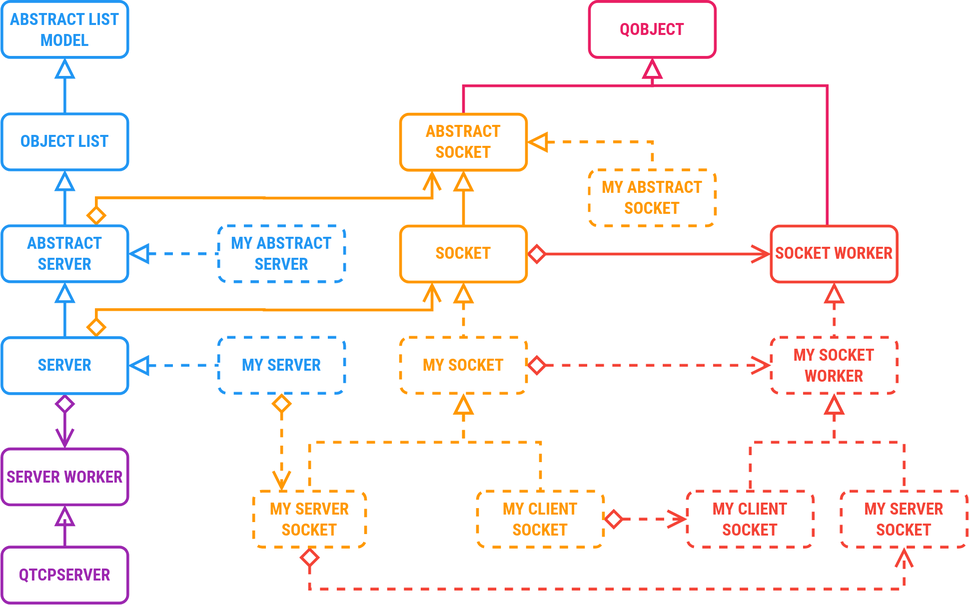
Above: docs/ClassDiagram.svg in OlivierLDff/NetTcp (draw.io), before the change. Source tidied: cells renumbered, new cells last; positions are measured from the earlier drawing's top-left corner, leaving out a move shared by most shapes.
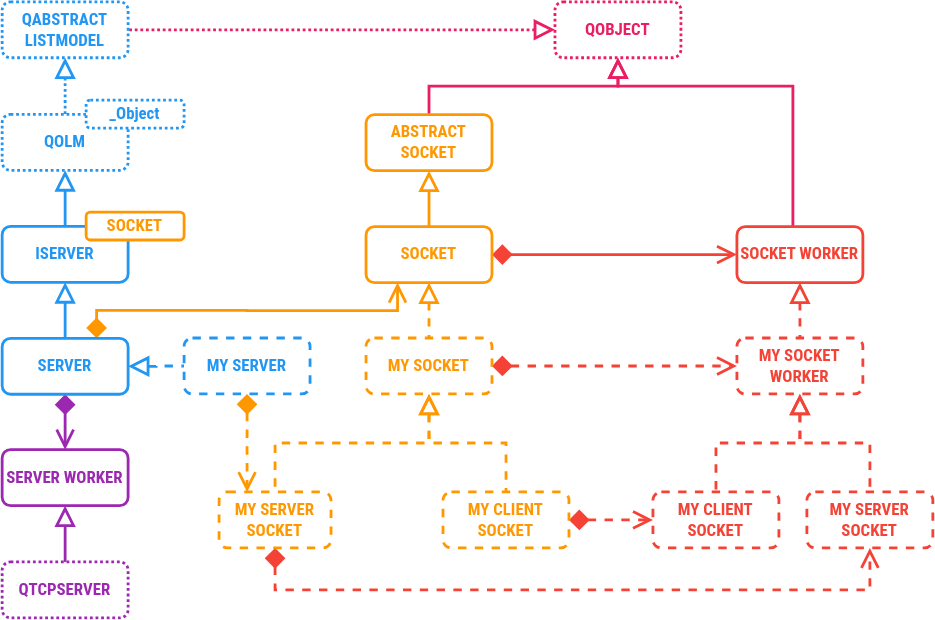
The same diagram one commit later.

Change to the diagram source:
```diff
@@ -5,26 +5,20 @@
     <mxCell id="2" style="edgeStyle=orthogonalEdgeStyle;rounded=0;jettySize=auto;html=1;exitX=0.5;exitY=1;exitDx=0;exitDy=0;startArrow=block;startFill=0;startSize=10;endArrow=none;endFill=0;endSize=10;strokeColor=#2196F3;strokeWidth=2;fontFamily=Roboto Condensed;fontColor=#2196F3;" parent="1" edge="1" source="5" target="9">
       <mxGeometry relative="1" as="geometry" />
     </mxCell>
-    <mxCell id="3" style="edgeStyle=orthogonalEdgeStyle;rounded=0;jettySize=auto;html=1;exitX=1;exitY=0.5;exitDx=0;exitDy=0;dashed=1;startArrow=block;startFill=0;startSize=10;endArrow=none;endFill=0;endSize=10;strokeColor=#2196F3;strokeWidth=2;fontFamily=Roboto Condensed;fontColor=#4CAF50;" parent="1" edge="1" source="5" target="19">
-      <mxGeometry relative="1" as="geometry" />
-    </mxCell>
-    <mxCell id="4" style="edgeStyle=orthogonalEdgeStyle;rounded=0;jettySize=auto;html=1;exitX=0.75;exitY=0;exitDx=0;exitDy=0;entryX=0.25;entryY=1;entryDx=0;entryDy=0;startArrow=diamond;startFill=0;startSize=10;endArrow=open;endFill=0;endSize=10;strokeColor=#FF9800;strokeWidth=2;fontColor=#FF9800;" parent="1" edge="1" source="5" target="27">
-      <mxGeometry relative="1" as="geometry" />
-    </mxCell>
-    <mxCell id="5" value="ABSTRACT SERVER" style="rounded=1;whiteSpace=wrap;html=1;strokeWidth=2;fontStyle=1;fontFamily=Roboto Condensed;FType=g;fontColor=#2196F3;strokeColor=#2196F3;fillColor=#ffffff;" parent="1" vertex="1">
-      <mxGeometry y="160.2" width="90" height="40" as="geometry" />
+    <mxCell id="5" value="ISERVER" style="rounded=1;whiteSpace=wrap;html=1;strokeWidth=2;fontStyle=1;fontFamily=Roboto Condensed;FType=g;fontColor=#2196F3;strokeColor=#2196F3;fillColor=#ffffff;" parent="1" vertex="1">
+      <mxGeometry x="25" y="160.2" width="90" height="40" as="geometry" />
     </mxCell>
-    <mxCell id="6" style="edgeStyle=orthogonalEdgeStyle;rounded=0;jettySize=auto;html=1;exitX=0.5;exitY=1;exitDx=0;exitDy=0;startArrow=diamond;startFill=0;startSize=10;endArrow=open;endFill=0;endSize=10;strokeColor=#9C27B0;strokeWidth=2;fontColor=#FF9800;" parent="1" edge="1" source="9" target="32">
+    <mxCell id="6" style="edgeStyle=orthogonalEdgeStyle;rounded=0;jettySize=auto;html=1;exitX=0.5;exitY=1;exitDx=0;exitDy=0;startArrow=diamond;startFill=1;startSize=10;endArrow=open;endFill=0;endSize=10;strokeColor=#9C27B0;strokeWidth=2;fontColor=#FF9800;" parent="1" edge="1" source="9" target="32">
       <mxGeometry relative="1" as="geometry" />
     </mxCell>
     <mxCell id="7" style="edgeStyle=orthogonalEdgeStyle;rounded=0;jettySize=auto;html=1;exitX=1;exitY=0.5;exitDx=0;exitDy=0;dashed=1;startArrow=block;startFill=0;startSize=10;endArrow=none;endFill=0;endSize=10;strokeColor=#2196F3;strokeWidth=2;fontFamily=Roboto Condensed;fontColor=#4CAF50;" parent="1" edge="1" source="9" target="18">
       <mxGeometry relative="1" as="geometry" />
     </mxCell>
-    <mxCell id="8" style="edgeStyle=orthogonalEdgeStyle;rounded=0;jettySize=auto;html=1;exitX=0.75;exitY=0;exitDx=0;exitDy=0;entryX=0.25;entryY=1;entryDx=0;entryDy=0;startArrow=diamond;startFill=0;startSize=10;endArrow=open;endFill=0;endSize=10;strokeColor=#FF9800;strokeWidth=2;fontColor=#FF9800;" parent="1" edge="1" source="9" target="29">
+    <mxCell id="8" style="edgeStyle=orthogonalEdgeStyle;rounded=0;jettySize=auto;html=1;exitX=0.75;exitY=0;exitDx=0;exitDy=0;entryX=0.25;entryY=1;entryDx=0;entryDy=0;startArrow=diamond;startFill=1;startSize=10;endArrow=open;endFill=0;endSize=10;strokeColor=#FF9800;strokeWidth=2;fontColor=#FF9800;" parent="1" edge="1" source="9" target="29">
       <mxGeometry relative="1" as="geometry" />
     </mxCell>
     <mxCell id="9" value="SERVER" style="rounded=1;whiteSpace=wrap;html=1;strokeWidth=2;fontStyle=1;fontFamily=Roboto Condensed;FType=g;fontColor=#2196F3;strokeColor=#2196F3;fillColor=#ffffff;" parent="1" vertex="1">
-      <mxGeometry y="240.2" width="90" height="40" as="geometry" />
+      <mxGeometry x="25" y="240.2" width="90" height="40" as="geometry" />
     </mxCell>
     <mxCell id="10" style="edgeStyle=orthogonalEdgeStyle;rounded=0;jettySize=auto;html=1;startArrow=block;startFill=0;startSize=10;endArrow=none;endFill=0;endSize=10;strokeColor=#FF9800;strokeWidth=2;fontFamily=Roboto Condensed;fontColor=#FF9800;dashed=1;" parent="1" edge="1" source="29" target="16">
       <mxGeometry relative="1" as="geometry" />
@@ -32,8 +26,8 @@
     <mxCell id="11" style="edgeStyle=orthogonalEdgeStyle;rounded=0;jettySize=auto;html=1;exitX=0.5;exitY=1;exitDx=0;exitDy=0;startArrow=block;startFill=0;startSize=10;endArrow=none;endFill=0;endSize=10;strokeColor=#2196F3;strokeWidth=2;fontFamily=Roboto Condensed;fontColor=#2196F3;" parent="1" edge="1" source="12" target="5">
       <mxGeometry relative="1" as="geometry" />
     </mxCell>
-    <mxCell id="12" value="OBJECT LIST" style="rounded=1;whiteSpace=wrap;html=1;strokeWidth=2;fontStyle=1;fontFamily=Roboto Condensed;FType=g;fontColor=#2196F3;strokeColor=#2196F3;fillColor=#ffffff;" parent="1" vertex="1">
-      <mxGeometry y="80.2" width="90" height="40" as="geometry" />
+    <mxCell id="12" value="QOLM" style="rounded=1;whiteSpace=wrap;html=1;strokeWidth=2;fontStyle=1;fontFamily=Roboto Condensed;FType=g;fontColor=#2196F3;strokeColor=#2196F3;fillColor=#ffffff;dashed=1;dashPattern=1 1;" parent="1" vertex="1">
+      <mxGeometry x="25" y="80.2" width="90" height="40" as="geometry" />
     </mxCell>
     <mxCell id="13" style="edgeStyle=orthogonalEdgeStyle;rounded=0;jettySize=auto;html=1;exitX=0.5;exitY=1;exitDx=0;exitDy=0;startArrow=block;startFill=0;startSize=10;endArrow=none;endFill=0;endSize=10;strokeColor=#FF9800;strokeWidth=2;fontFamily=Roboto Condensed;fontColor=#FF9800;dashed=1;" parent="1" edge="1" source="16" target="42">
       <mxGeometry relative="1" as="geometry" />
@@ -41,21 +35,18 @@
     <mxCell id="14" style="edgeStyle=orthogonalEdgeStyle;rounded=0;jettySize=auto;html=1;exitX=0.5;exitY=1;exitDx=0;exitDy=0;startArrow=block;startFill=0;startSize=10;endArrow=none;endFill=0;endSize=10;strokeColor=#FF9800;strokeWidth=2;fontFamily=Roboto Condensed;fontColor=#FF9800;dashed=1;" parent="1" edge="1" source="16" target="40">
       <mxGeometry relative="1" as="geometry" />
     </mxCell>
-    <mxCell id="15" style="edgeStyle=orthogonalEdgeStyle;rounded=0;jettySize=auto;html=1;exitX=1;exitY=0.5;exitDx=0;exitDy=0;dashed=1;startArrow=diamond;startFill=0;startSize=10;endArrow=open;endFill=0;endSize=10;strokeColor=#F44336;strokeWidth=2;fontColor=#FF9800;" parent="1" edge="1" source="16" target="38">
+    <mxCell id="15" style="edgeStyle=orthogonalEdgeStyle;rounded=0;jettySize=auto;html=1;exitX=1;exitY=0.5;exitDx=0;exitDy=0;dashed=1;startArrow=diamond;startFill=1;startSize=10;endArrow=open;endFill=0;endSize=10;strokeColor=#F44336;strokeWidth=2;fontColor=#FF9800;" parent="1" edge="1" source="16" target="38">
       <mxGeometry relative="1" as="geometry" />
     </mxCell>
     <mxCell id="16" value="MY SOCKET" style="rounded=1;whiteSpace=wrap;html=1;strokeWidth=2;fontStyle=1;fontFamily=Roboto Condensed;FType=g;fontColor=#FF9800;strokeColor=#FF9800;fillColor=#ffffff;dashed=1;" parent="1" vertex="1">
       <mxGeometry x="285" y="240" width="90" height="40" as="geometry" />
     </mxCell>
-    <mxCell id="17" style="edgeStyle=orthogonalEdgeStyle;rounded=0;jettySize=auto;html=1;exitX=0.5;exitY=1;exitDx=0;exitDy=0;entryX=0.25;entryY=0;entryDx=0;entryDy=0;dashed=1;startArrow=diamond;startFill=0;startSize=10;endArrow=open;endFill=0;endSize=10;strokeColor=#FF9800;strokeWidth=2;fontColor=#FF9800;" parent="1" edge="1" source="18" target="42">
+    <mxCell id="17" style="edgeStyle=orthogonalEdgeStyle;rounded=0;jettySize=auto;html=1;exitX=0.5;exitY=1;exitDx=0;exitDy=0;entryX=0.25;entryY=0;entryDx=0;entryDy=0;dashed=1;startArrow=diamond;startFill=1;startSize=10;endArrow=open;endFill=0;endSize=10;strokeColor=#FF9800;strokeWidth=2;fontColor=#FF9800;" parent="1" edge="1" source="18" target="42">
       <mxGeometry relative="1" as="geometry" />
     </mxCell>
     <mxCell id="18" value="MY SERVER" style="rounded=1;whiteSpace=wrap;html=1;strokeWidth=2;fontStyle=1;fontFamily=Roboto Condensed;FType=g;fontColor=#2196F3;strokeColor=#2196F3;fillColor=#ffffff;dashed=1;" parent="1" vertex="1">
       <mxGeometry x="155" y="240" width="90" height="40" as="geometry" />
     </mxCell>
-    <mxCell id="19" value="MY ABSTRACT SERVER" style="rounded=1;whiteSpace=wrap;html=1;strokeWidth=2;fontStyle=1;fontFamily=Roboto Condensed;FType=g;fontColor=#2196F3;strokeColor=#2196F3;fillColor=#ffffff;dashed=1;" parent="1" vertex="1">
-      <mxGeometry x="155" y="160.2" width="90" height="40" as="geometry" />
-    </mxCell>
     <mxCell id="20" style="edgeStyle=orthogonalEdgeStyle;rounded=0;jettySize=auto;html=1;exitX=0.5;exitY=1;exitDx=0;exitDy=0;startArrow=block;startFill=0;startSize=10;endArrow=none;endFill=0;endSize=10;strokeColor=#E91E63;strokeWidth=2;fontFamily=Roboto Condensed;fontColor=#E91E63;" parent="1" edge="1" source="22" target="27">
       <mxGeometry relative="1" as="geometry" />
     </mxCell>
@@ -67,41 +58,38 @@
         </Array>
       </mxGeometry>
     </mxCell>
+    <mxCell id="45" style="edgeStyle=orthogonalEdgeStyle;rounded=0;jettySize=auto;html=1;exitX=0;exitY=0.5;exitDx=0;exitDy=0;startArrow=block;startFill=0;startSize=10;endArrow=none;endFill=0;endSize=10;strokeColor=#E91E63;strokeWidth=2;fontFamily=Roboto Condensed;fontColor=#E91E63;dashed=1;dashPattern=1 1;" parent="1" edge="1" source="22" target="24">
+      <mxGeometry relative="1" as="geometry" />
+    </mxCell>
-    <mxCell id="22" value="QOBJECT" style="rounded=1;whiteSpace=wrap;html=1;strokeWidth=2;fontStyle=1;fontFamily=Roboto Condensed;FType=g;fontColor=#E91E63;strokeColor=#E91E63;fillColor=#ffffff;" parent="1" vertex="1">
+    <mxCell id="22" value="QOBJECT" style="rounded=1;whiteSpace=wrap;html=1;strokeWidth=2;fontStyle=1;fontFamily=Roboto Condensed;FType=g;fontColor=#E91E63;strokeColor=#E91E63;fillColor=#ffffff;dashed=1;dashPattern=1 1;" parent="1" vertex="1">
       <mxGeometry x="420" y="-0.2" width="90" height="40" as="geometry" />
     </mxCell>
-    <mxCell id="23" style="edgeStyle=orthogonalEdgeStyle;rounded=0;jettySize=auto;html=1;exitX=0.5;exitY=1;exitDx=0;exitDy=0;startArrow=block;startFill=0;startSize=10;endArrow=none;endFill=0;endSize=10;strokeColor=#2196F3;strokeWidth=2;fontFamily=Roboto Condensed;fontColor=#2196F3;" parent="1" edge="1" source="24" target="12">
+    <mxCell id="23" style="edgeStyle=orthogonalEdgeStyle;rounded=0;jettySize=auto;html=1;exitX=0.5;exitY=1;exitDx=0;exitDy=0;startArrow=block;startFill=0;startSize=10;endArrow=none;endFill=0;endSize=10;strokeColor=#2196F3;strokeWidth=2;fontFamily=Roboto Condensed;fontColor=#2196F3;dashed=1;dashPattern=1 1;" parent="1" edge="1" source="24" target="12">
       <mxGeometry relative="1" as="geometry" />
     </mxCell>
-    <mxCell id="24" value="ABSTRACT LIST MODEL" style="rounded=1;whiteSpace=wrap;html=1;strokeWidth=2;fontStyle=1;fontFamily=Roboto Condensed;FType=g;fontColor=#2196F3;strokeColor=#2196F3;fillColor=#ffffff;" parent="1" vertex="1">
-      <mxGeometry y="-0.2" width="90" height="40" as="geometry" />
+    <mxCell id="24" value="QABSTRACT&lt;br&gt;LISTMODEL" style="rounded=1;whiteSpace=wrap;html=1;strokeWidth=2;fontStyle=1;fontFamily=Roboto Condensed;FType=g;fontColor=#2196F3;strokeColor=#2196F3;fillColor=#ffffff;dashed=1;dashPattern=1 1;" parent="1" vertex="1">
+      <mxGeometry x="25" y="-0.2" width="90" height="40" as="geometry" />
     </mxCell>
     <mxCell id="25" style="edgeStyle=orthogonalEdgeStyle;rounded=0;jettySize=auto;html=1;exitX=0.5;exitY=1;exitDx=0;exitDy=0;startArrow=block;startFill=0;startSize=10;endArrow=none;endFill=0;endSize=10;strokeColor=#FF9800;strokeWidth=2;fontFamily=Roboto Condensed;fontColor=#2196F3;" parent="1" edge="1" source="27" target="29">
       <mxGeometry relative="1" as="geometry" />
     </mxCell>
-    <mxCell id="26" style="edgeStyle=orthogonalEdgeStyle;rounded=0;jettySize=auto;html=1;exitX=1;exitY=0.5;exitDx=0;exitDy=0;startArrow=block;startFill=0;startSize=10;endArrow=none;endFill=0;endSize=10;strokeColor=#FF9800;strokeWidth=2;fontFamily=Roboto Condensed;fontColor=#FF9800;dashed=1;entryX=0.5;entryY=0;entryDx=0;entryDy=0;" parent="1" edge="1" source="27" target="30">
-      <mxGeometry relative="1" as="geometry" />
-    </mxCell>
     <mxCell id="27" value="ABSTRACT SOCKET" style="rounded=1;whiteSpace=wrap;html=1;strokeWidth=2;fontStyle=1;fontFamily=Roboto Condensed;FType=g;fontColor=#FF9800;strokeColor=#FF9800;fillColor=#ffffff;" parent="1" vertex="1">
       <mxGeometry x="285" y="80.4" width="90" height="40" as="geometry" />
     </mxCell>
-    <mxCell id="28" style="edgeStyle=orthogonalEdgeStyle;rounded=0;jettySize=auto;html=1;exitX=1;exitY=0.5;exitDx=0;exitDy=0;startArrow=diamond;startFill=0;startSize=10;endArrow=open;endFill=0;endSize=10;strokeColor=#f44336;strokeWidth=2;fontColor=#f44336;entryX=0;entryY=0.5;entryDx=0;entryDy=0;" parent="1" edge="1" source="29" target="35">
+    <mxCell id="28" style="edgeStyle=orthogonalEdgeStyle;rounded=0;jettySize=auto;html=1;exitX=1;exitY=0.5;exitDx=0;exitDy=0;startArrow=diamond;startFill=1;startSize=10;endArrow=open;endFill=0;endSize=10;strokeColor=#f44336;strokeWidth=2;fontColor=#f44336;entryX=0;entryY=0.5;entryDx=0;entryDy=0;" parent="1" edge="1" source="29" target="35">
       <mxGeometry relative="1" as="geometry" />
     </mxCell>
     <mxCell id="29" value="SOCKET" style="rounded=1;whiteSpace=wrap;html=1;strokeWidth=2;fontStyle=1;fontFamily=Roboto Condensed;FType=g;fontColor=#FF9800;strokeColor=#FF9800;fillColor=#ffffff;" parent="1" vertex="1">
       <mxGeometry x="285" y="160.4" width="90" height="40" as="geometry" />
     </mxCell>
-    <mxCell id="30" value="MY ABSTRACT SOCKET" style="rounded=1;whiteSpace=wrap;html=1;strokeWidth=2;fontStyle=1;fontFamily=Roboto Condensed;FType=g;fontColor=#FF9800;strokeColor=#FF9800;fillColor=#ffffff;labelBackgroundColor=#ffffff;dashed=1;" parent="1" vertex="1">
-      <mxGeometry x="420" y="120.2" width="90" height="40" as="geometry" />
-    </mxCell>
     <mxCell id="31" style="edgeStyle=orthogonalEdgeStyle;rounded=0;jettySize=auto;html=1;exitX=0.5;exitY=1;exitDx=0;exitDy=0;startArrow=block;startFill=0;startSize=10;endArrow=none;endFill=0;endSize=10;strokeColor=#9C27B0;strokeWidth=2;fontFamily=Roboto Condensed;fontColor=#9C27B0;" parent="1" edge="1" source="32" target="33">
       <mxGeometry relative="1" as="geometry" />
     </mxCell>
     <mxCell id="32" value="SERVER WORKER" style="rounded=1;whiteSpace=wrap;html=1;strokeWidth=2;fontStyle=1;fontFamily=Roboto Condensed;FType=g;fontColor=#9C27B0;strokeColor=#9C27B0;fillColor=#ffffff;" parent="1" vertex="1">
-      <mxGeometry y="319.8" width="90" height="40" as="geometry" />
+      <mxGeometry x="25" y="319.8" width="90" height="40" as="geometry" />
     </mxCell>
-    <mxCell id="33" value="QTCPSERVER" style="rounded=1;whiteSpace=wrap;html=1;strokeWidth=2;fontStyle=1;fontFamily=Roboto Condensed;FType=g;fontColor=#9C27B0;strokeColor=#9C27B0;fillColor=#ffffff;" parent="1" vertex="1">
-      <mxGeometry y="390" width="90" height="40" as="geometry" />
+    <mxCell id="33" value="QTCPSERVER" style="rounded=1;whiteSpace=wrap;html=1;strokeWidth=2;fontStyle=1;fontFamily=Roboto Condensed;FType=g;fontColor=#9C27B0;strokeColor=#9C27B0;fillColor=#ffffff;dashed=1;dashPattern=1 1;" parent="1" vertex="1">
+      <mxGeometry x="25" y="400" width="90" height="40" as="geometry" />
     </mxCell>
     <mxCell id="34" style="edgeStyle=orthogonalEdgeStyle;rounded=0;jettySize=auto;html=1;exitX=0.5;exitY=1;exitDx=0;exitDy=0;startArrow=block;startFill=0;startSize=10;endArrow=none;endFill=0;endSize=10;strokeColor=#F44336;strokeWidth=2;fontFamily=Roboto Condensed;fontColor=#F44336;dashed=1;" parent="1" edge="1" source="35" target="38">
       <mxGeometry relative="1" as="geometry" />
@@ -118,13 +106,13 @@
     <mxCell id="38" value="MY SOCKET WORKER" style="rounded=1;whiteSpace=wrap;html=1;strokeWidth=2;fontStyle=1;fontFamily=Roboto Condensed;FType=g;fontColor=#F44336;strokeColor=#F44336;fillColor=#ffffff;dashed=1;" parent="1" vertex="1">
       <mxGeometry x="550" y="240" width="90" height="40" as="geometry" />
     </mxCell>
-    <mxCell id="39" style="edgeStyle=orthogonalEdgeStyle;rounded=0;jettySize=auto;html=1;exitX=1;exitY=0.5;exitDx=0;exitDy=0;dashed=1;startArrow=diamond;startFill=0;startSize=10;endArrow=open;endFill=0;endSize=10;strokeColor=#F44336;strokeWidth=2;fontColor=#FF9800;" parent="1" edge="1" source="40" target="43">
+    <mxCell id="39" style="edgeStyle=orthogonalEdgeStyle;rounded=0;jettySize=auto;html=1;exitX=1;exitY=0.5;exitDx=0;exitDy=0;dashed=1;startArrow=diamond;startFill=1;startSize=10;endArrow=open;endFill=0;endSize=10;strokeColor=#F44336;strokeWidth=2;fontColor=#FF9800;" parent="1" edge="1" source="40" target="43">
       <mxGeometry relative="1" as="geometry" />
     </mxCell>
     <mxCell id="40" value="MY CLIENT SOCKET" style="rounded=1;whiteSpace=wrap;html=1;strokeWidth=2;fontStyle=1;fontFamily=Roboto Condensed;FType=g;fontColor=#FF9800;strokeColor=#FF9800;fillColor=#ffffff;dashed=1;" parent="1" vertex="1">
       <mxGeometry x="340" y="350" width="90" height="40" as="geometry" />
     </mxCell>
-    <mxCell id="41" style="edgeStyle=orthogonalEdgeStyle;rounded=0;jettySize=auto;html=1;exitX=0.5;exitY=1;exitDx=0;exitDy=0;entryX=0.5;entryY=1;entryDx=0;entryDy=0;dashed=1;startArrow=diamond;startFill=0;startSize=10;endArrow=open;endFill=0;endSize=10;strokeColor=#F44336;strokeWidth=2;fontColor=#FF9800;" parent="1" edge="1" source="42" target="44">
+    <mxCell id="41" style="edgeStyle=orthogonalEdgeStyle;rounded=0;jettySize=auto;html=1;exitX=0.5;exitY=1;exitDx=0;exitDy=0;entryX=0.5;entryY=1;entryDx=0;entryDy=0;dashed=1;startArrow=diamond;startFill=1;startSize=10;endArrow=open;endFill=0;endSize=10;strokeColor=#F44336;strokeWidth=2;fontColor=#FF9800;" parent="1" edge="1" source="42" target="44">
       <mxGeometry relative="1" as="geometry">
         <Array as="points">
           <mxPoint x="220" y="420" />
@@ -141,5 +129,11 @@
     <mxCell id="44" value="MY SERVER SOCKET" style="rounded=1;whiteSpace=wrap;html=1;strokeWidth=2;fontStyle=1;fontFamily=Roboto Condensed;FType=g;fontColor=#F44336;strokeColor=#F44336;fillColor=#ffffff;dashed=1;" parent="1" vertex="1">
       <mxGeometry x="600" y="350" width="90" height="40" as="geometry" />
     </mxCell>
+    <mxCell id="46" value="_Object" style="rounded=1;whiteSpace=wrap;html=1;strokeWidth=2;fontStyle=1;fontFamily=Roboto Condensed;FType=g;fontColor=#2196F3;strokeColor=#2196F3;fillColor=#ffffff;dashed=1;dashPattern=1 1;" parent="1" vertex="1">
+      <mxGeometry x="85" y="70" width="70" height="20" as="geometry" />
+    </mxCell>
+    <mxCell id="47" value="SOCKET" style="rounded=1;whiteSpace=wrap;html=1;strokeWidth=2;fontStyle=1;fontFamily=Roboto Condensed;FType=g;fontColor=#FF9800;strokeColor=#FF9800;fillColor=#ffffff;" parent="1" vertex="1">
+      <mxGeometry x="85" y="150" width="70" height="20" as="geometry" />
+    </mxCell>
   </root>
 </mxGraphModel>
```
